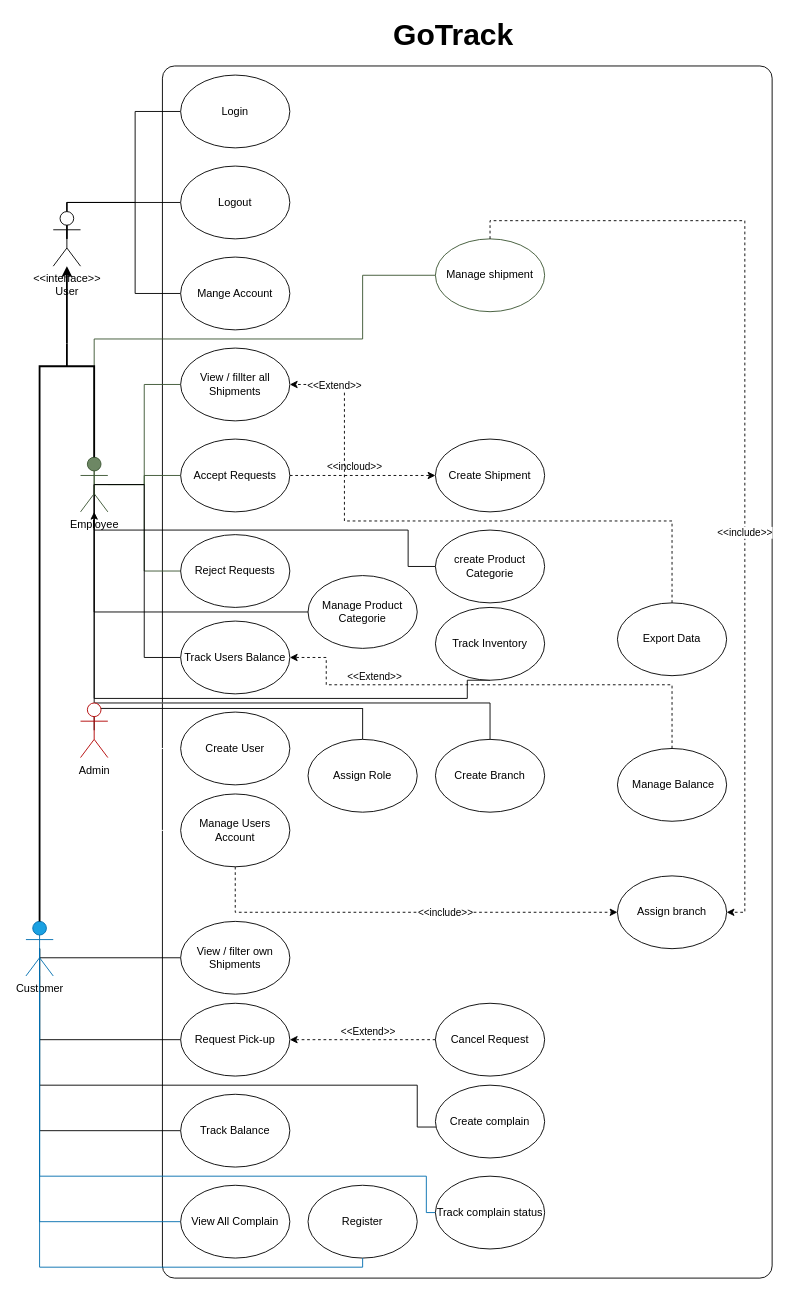
HelwanDevs/GoTrack-Logistic-System keeps this draw.io diagram as GoTrack_UseCase.drawio. Above is the earlier version. Source tidied: cells renumbered, new cells numbered last; positions are measured from the earlier drawing's top-left corner, leaving out a move shared by most shapes. Both pictures are drawn from the tidied source at 91%, with x=0, y=0 at pixel (25, 20).
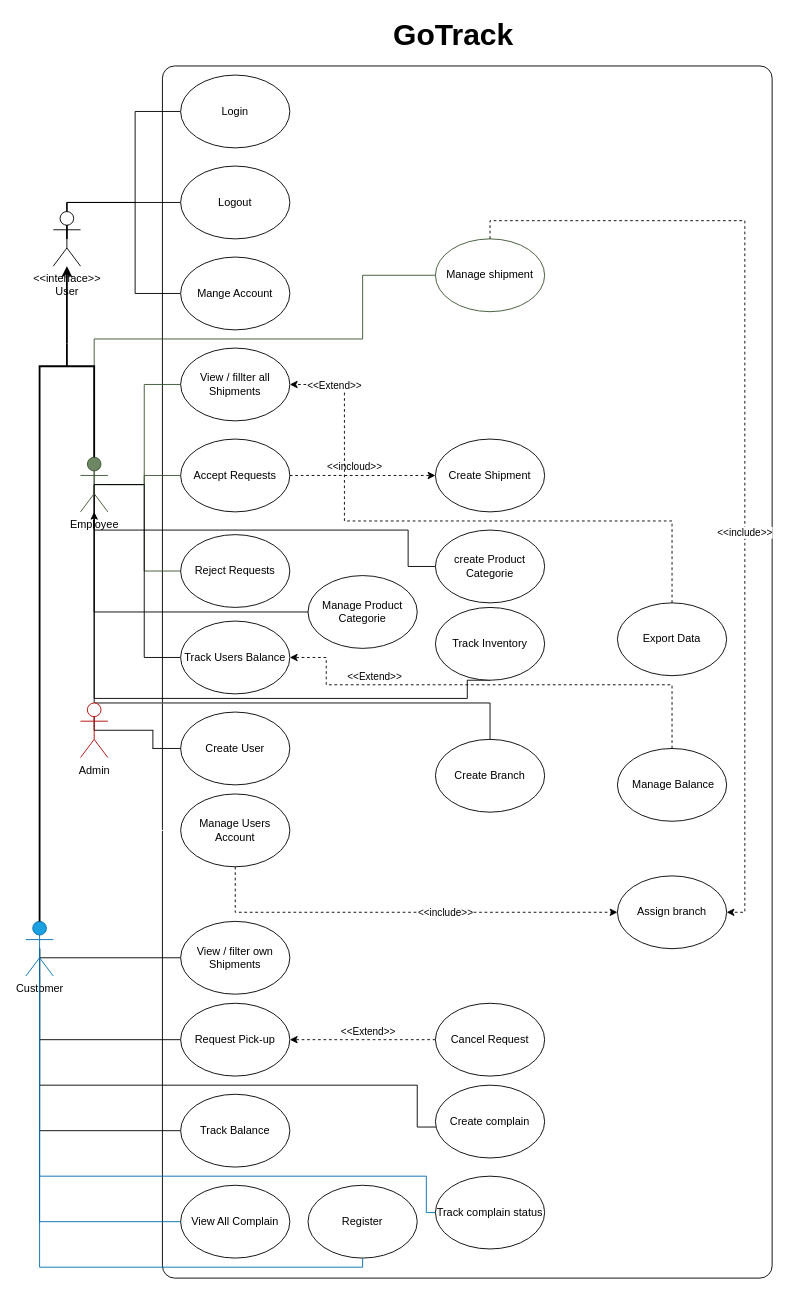
The same page after the edit.

Commit message (it also covers changes not shown here):
Use case description

The change refers to these unchanged cells:
```xml
<mxCell id="28" value="&lt;span style=&quot;color: light-dark(rgb(0, 0, 0), rgb(255, 255, 255));&quot;&gt;Admin&lt;/span&gt;" style="shape=umlActor;verticalLabelPosition=bottom;verticalAlign=top;html=1;outlineConnect=0;fillColor=light-dark(#FFFFFF,#FF9281);fontColor=#ffffff;strokeColor=#B20000;" parent="1" vertex="1">
  <mxGeometry x="60" y="750" width="30" height="60" as="geometry" />
</mxCell>
```

Diff of the diagram source:
```diff
@@
-    <mxCell id="24" style="edgeStyle=orthogonalEdgeStyle;rounded=0;jettySize=auto;html=1;exitX=0.5;exitY=0.5;exitDx=0;exitDy=0;exitPerimeter=0;entryX=0.5;entryY=0;entryDx=0;entryDy=0;fillColor=light-dark(#FFFFFF,#FF9281);endArrow=none;endFill=0;strokeColor=light-dark(#FFFFFF,#FF9281);" parent="1" edge="1" source="28" target="63">
+    <mxCell id="24" style="edgeStyle=orthogonalEdgeStyle;rounded=0;jettySize=auto;html=1;exitX=0.5;exitY=0.5;exitDx=0;exitDy=0;exitPerimeter=0;entryX=0.5;entryY=0;entryDx=0;entryDy=0;fillColor=light-dark(#FFFFFF,#FF9281);endArrow=none;endFill=0;strokeColor=light-dark(#FFFFFF,#FF9281);" parent="1" edge="1" source="28">
       <mxGeometry relative="1" as="geometry">
+        <mxPoint x="370" y="790" as="targetPoint" />
         <Array as="points">
           <mxPoint x="75" y="750" />
           <mxPoint x="370" y="750" />
         </Array>
       </mxGeometry>
     </mxCell>
@@
-    <mxCell id="27" style="html=1;exitX=0.75;exitY=0.1;exitDx=0;exitDy=0;exitPerimeter=0;endArrow=none;endFill=0;" parent="1" edge="1" source="28">
-      <mxGeometry relative="1" as="geometry">
-        <mxPoint x="370" y="756.1" as="targetPoint" />
-      </mxGeometry>
-    </mxCell>
+    <mxCell id="62" style="edgeStyle=none;html=1;exitX=0.5;exitY=0.5;exitDx=0;exitDy=0;exitPerimeter=0;endArrow=none;endFill=0;" parent="1" edge="1" source="28">
+      <mxGeometry relative="1" as="geometry">
+        <mxPoint x="140" y="780" as="targetPoint" />
+      </mxGeometry>
+    </mxCell>
@@
-    <mxCell id="62" style="edgeStyle=none;html=1;exitX=0.5;exitY=0;exitDx=0;exitDy=0;endArrow=none;endFill=0;" parent="1" edge="1" source="63">
-      <mxGeometry relative="1" as="geometry">
-        <mxPoint x="370" y="755.6" as="targetPoint" />
-      </mxGeometry>
-    </mxCell>
-    <mxCell id="63" value="Assign Role" style="ellipse;whiteSpace=wrap;html=1;strokeColor=light-dark(#000000,#FF9281);" parent="1" vertex="1">
-      <mxGeometry x="310" y="790" width="120" height="80" as="geometry" />
-    </mxCell>
@@
+    <mxCell id="76" style="line;strokeWidth=1;direction=south;html=1;perimeter=backbonePerimeter;" parent="1" vertex="1">
+      <mxGeometry x="138" y="780" width="3" height="20" as="geometry" />
+    </mxCell>
+    <mxCell id="77" style="line;strokeWidth=1;html=1;" parent="1" vertex="1">
+      <mxGeometry x="139" y="795" width="31" height="10" as="geometry" />
+    </mxCell>
```
